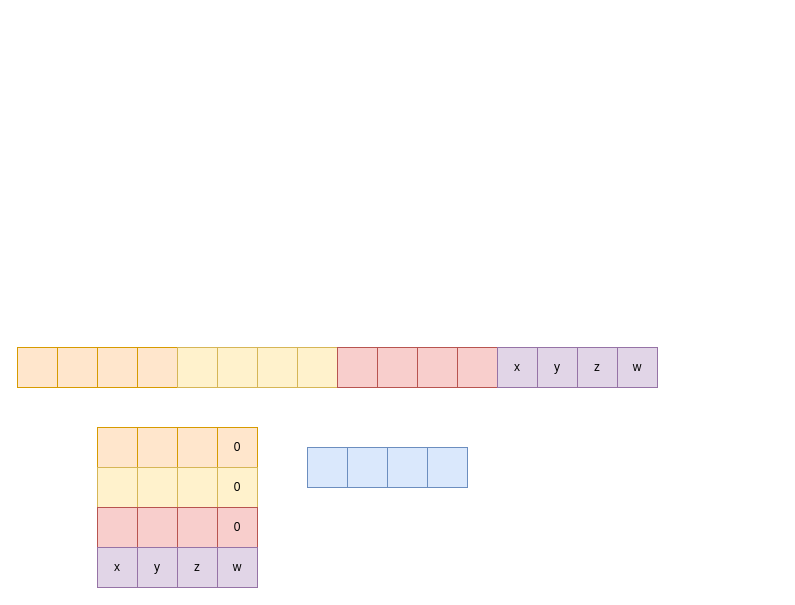
djfos/drawio-repo keeps this draw.io diagram as transform_matrix.drawio. Above is the earlier version. Source tidied: cells renumbered, new cells numbered last; positions are measured from the earlier drawing's top-left corner, leaving out a move shared by most shapes. Both pictures are drawn from the tidied source at 100%, with x=0, y=0 at pixel (17, 347).
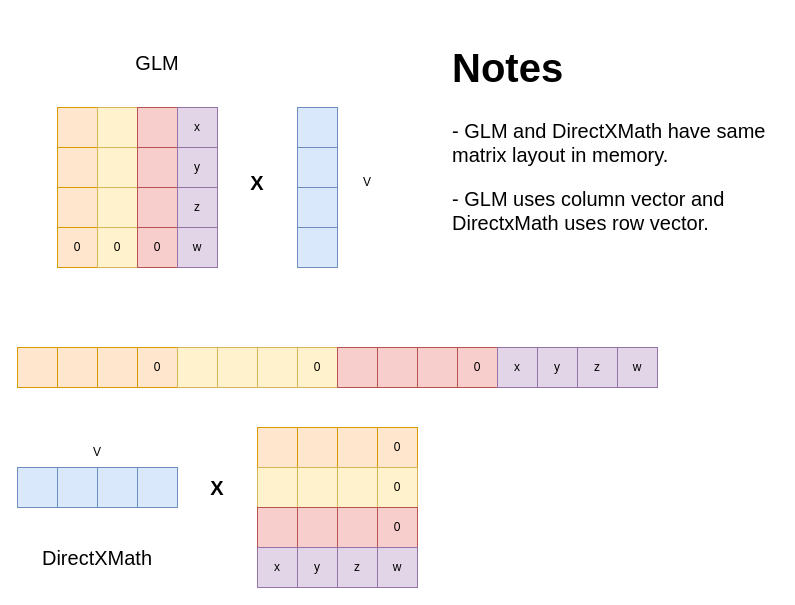
Above is the later version.

What changed in the source:
```diff
@@
-    <mxCell id="5" style="whiteSpace=wrap;html=1;fillColor=#ffe6cc;strokeColor=#d79b00;" parent="1" vertex="1">
+    <mxCell id="5" value="0" style="whiteSpace=wrap;html=1;fillColor=#ffe6cc;strokeColor=#d79b00;" parent="1" vertex="1">
       <mxGeometry x="120" width="40" height="40" as="geometry" />
     </mxCell>
@@
-    <mxCell id="9" style="whiteSpace=wrap;html=1;fillColor=#fff2cc;strokeColor=#d6b656;" parent="1" vertex="1">
+    <mxCell id="9" value="0" style="whiteSpace=wrap;html=1;fillColor=#fff2cc;strokeColor=#d6b656;" parent="1" vertex="1">
       <mxGeometry x="280" width="40" height="40" as="geometry" />
     </mxCell>
@@
-    <mxCell id="13" style="whiteSpace=wrap;html=1;fillColor=#f8cecc;strokeColor=#b85450;" parent="1" vertex="1">
+    <mxCell id="13" value="0" style="whiteSpace=wrap;html=1;fillColor=#f8cecc;strokeColor=#b85450;" parent="1" vertex="1">
       <mxGeometry x="440" width="40" height="40" as="geometry" />
     </mxCell>
@@
+    <mxCell id="38" style="group;" parent="1" vertex="1">
+      <mxGeometry y="120" width="160" height="40" as="geometry" />
+    </mxCell>
+    <mxCell id="34" style="whiteSpace=wrap;html=1;fillColor=#dae8fc;strokeColor=#6c8ebf;" parent="38" vertex="1">
+      <mxGeometry width="40" height="40" as="geometry" />
+    </mxCell>
+    <mxCell id="35" style="whiteSpace=wrap;html=1;fillColor=#dae8fc;strokeColor=#6c8ebf;" parent="38" vertex="1">
+      <mxGeometry x="40" width="40" height="40" as="geometry" />
+    </mxCell>
+    <mxCell id="36" style="whiteSpace=wrap;html=1;fillColor=#dae8fc;strokeColor=#6c8ebf;" parent="38" vertex="1">
+      <mxGeometry x="80" width="40" height="40" as="geometry" />
+    </mxCell>
+    <mxCell id="37" style="whiteSpace=wrap;html=1;fillColor=#dae8fc;strokeColor=#6c8ebf;" parent="38" vertex="1">
+      <mxGeometry x="120" width="40" height="40" as="geometry" />
+    </mxCell>
+    <mxCell id="39" style="group;" parent="1" vertex="1">
+      <mxGeometry x="240" y="80" width="160" height="160" as="geometry" />
+    </mxCell>
-    <mxCell id="18" style="whiteSpace=wrap;html=1;fillColor=#ffe6cc;strokeColor=#d79b00;" parent="1" vertex="1">
-      <mxGeometry x="80" y="80" width="40" height="40" as="geometry" />
+    <mxCell id="18" style="whiteSpace=wrap;html=1;fillColor=#ffe6cc;strokeColor=#d79b00;" parent="39" vertex="1">
+      <mxGeometry width="40" height="40" as="geometry" />
     </mxCell>
-    <mxCell id="19" style="whiteSpace=wrap;html=1;fillColor=#ffe6cc;strokeColor=#d79b00;" parent="1" vertex="1">
-      <mxGeometry x="120" y="80" width="40" height="40" as="geometry" />
+    <mxCell id="19" style="whiteSpace=wrap;html=1;fillColor=#ffe6cc;strokeColor=#d79b00;" parent="39" vertex="1">
+      <mxGeometry x="40" width="40" height="40" as="geometry" />
     </mxCell>
-    <mxCell id="20" style="whiteSpace=wrap;html=1;fillColor=#ffe6cc;strokeColor=#d79b00;" parent="1" vertex="1">
-      <mxGeometry x="160" y="80" width="40" height="40" as="geometry" />
+    <mxCell id="20" style="whiteSpace=wrap;html=1;fillColor=#ffe6cc;strokeColor=#d79b00;" parent="39" vertex="1">
+      <mxGeometry x="80" width="40" height="40" as="geometry" />
     </mxCell>
-    <mxCell id="21" value="0" style="whiteSpace=wrap;html=1;fillColor=#ffe6cc;strokeColor=#d79b00;" parent="1" vertex="1">
-      <mxGeometry x="200" y="80" width="40" height="40" as="geometry" />
+    <mxCell id="21" value="0" style="whiteSpace=wrap;html=1;fillColor=#ffe6cc;strokeColor=#d79b00;" parent="39" vertex="1">
+      <mxGeometry x="120" width="40" height="40" as="geometry" />
     </mxCell>
-    <mxCell id="22" style="whiteSpace=wrap;html=1;fillColor=#fff2cc;strokeColor=#d6b656;" parent="1" vertex="1">
-      <mxGeometry x="80" y="120" width="40" height="40" as="geometry" />
+    <mxCell id="22" style="whiteSpace=wrap;html=1;fillColor=#fff2cc;strokeColor=#d6b656;" parent="39" vertex="1">
+      <mxGeometry y="40" width="40" height="40" as="geometry" />
     </mxCell>
-    <mxCell id="23" style="whiteSpace=wrap;html=1;fillColor=#fff2cc;strokeColor=#d6b656;" parent="1" vertex="1">
-      <mxGeometry x="120" y="120" width="40" height="40" as="geometry" />
+    <mxCell id="23" style="whiteSpace=wrap;html=1;fillColor=#fff2cc;strokeColor=#d6b656;" parent="39" vertex="1">
+      <mxGeometry x="40" y="40" width="40" height="40" as="geometry" />
     </mxCell>
-    <mxCell id="24" style="whiteSpace=wrap;html=1;fillColor=#fff2cc;strokeColor=#d6b656;" parent="1" vertex="1">
-      <mxGeometry x="160" y="120" width="40" height="40" as="geometry" />
+    <mxCell id="24" style="whiteSpace=wrap;html=1;fillColor=#fff2cc;strokeColor=#d6b656;" parent="39" vertex="1">
+      <mxGeometry x="80" y="40" width="40" height="40" as="geometry" />
     </mxCell>
-    <mxCell id="25" value="0" style="whiteSpace=wrap;html=1;fillColor=#fff2cc;strokeColor=#d6b656;" parent="1" vertex="1">
-      <mxGeometry x="200" y="120" width="40" height="40" as="geometry" />
+    <mxCell id="25" value="0" style="whiteSpace=wrap;html=1;fillColor=#fff2cc;strokeColor=#d6b656;" parent="39" vertex="1">
+      <mxGeometry x="120" y="40" width="40" height="40" as="geometry" />
     </mxCell>
-    <mxCell id="26" style="whiteSpace=wrap;html=1;fillColor=#f8cecc;strokeColor=#b85450;" parent="1" vertex="1">
-      <mxGeometry x="80" y="160" width="40" height="40" as="geometry" />
+    <mxCell id="26" style="whiteSpace=wrap;html=1;fillColor=#f8cecc;strokeColor=#b85450;" parent="39" vertex="1">
+      <mxGeometry y="80" width="40" height="40" as="geometry" />
     </mxCell>
-    <mxCell id="27" style="whiteSpace=wrap;html=1;fillColor=#f8cecc;strokeColor=#b85450;" parent="1" vertex="1">
-      <mxGeometry x="120" y="160" width="40" height="40" as="geometry" />
+    <mxCell id="27" style="whiteSpace=wrap;html=1;fillColor=#f8cecc;strokeColor=#b85450;" parent="39" vertex="1">
+      <mxGeometry x="40" y="80" width="40" height="40" as="geometry" />
     </mxCell>
-    <mxCell id="28" style="whiteSpace=wrap;html=1;fillColor=#f8cecc;strokeColor=#b85450;" parent="1" vertex="1">
-      <mxGeometry x="160" y="160" width="40" height="40" as="geometry" />
+    <mxCell id="28" style="whiteSpace=wrap;html=1;fillColor=#f8cecc;strokeColor=#b85450;" parent="39" vertex="1">
+      <mxGeometry x="80" y="80" width="40" height="40" as="geometry" />
     </mxCell>
-    <mxCell id="29" value="0" style="whiteSpace=wrap;html=1;fillColor=#f8cecc;strokeColor=#b85450;" parent="1" vertex="1">
-      <mxGeometry x="200" y="160" width="40" height="40" as="geometry" />
+    <mxCell id="29" value="0" style="whiteSpace=wrap;html=1;fillColor=#f8cecc;strokeColor=#b85450;" parent="39" vertex="1">
+      <mxGeometry x="120" y="80" width="40" height="40" as="geometry" />
     </mxCell>
-    <mxCell id="30" value="x" style="whiteSpace=wrap;html=1;fillColor=#e1d5e7;strokeColor=#9673a6;" parent="1" vertex="1">
-      <mxGeometry x="80" y="200" width="40" height="40" as="geometry" />
+    <mxCell id="30" value="x" style="whiteSpace=wrap;html=1;fillColor=#e1d5e7;strokeColor=#9673a6;" parent="39" vertex="1">
+      <mxGeometry y="120" width="40" height="40" as="geometry" />
     </mxCell>
-    <mxCell id="31" value="y" style="whiteSpace=wrap;html=1;fillColor=#e1d5e7;strokeColor=#9673a6;" parent="1" vertex="1">
-      <mxGeometry x="120" y="200" width="40" height="40" as="geometry" />
+    <mxCell id="31" value="y" style="whiteSpace=wrap;html=1;fillColor=#e1d5e7;strokeColor=#9673a6;" parent="39" vertex="1">
+      <mxGeometry x="40" y="120" width="40" height="40" as="geometry" />
     </mxCell>
-    <mxCell id="32" value="z" style="whiteSpace=wrap;html=1;fillColor=#e1d5e7;strokeColor=#9673a6;" parent="1" vertex="1">
-      <mxGeometry x="160" y="200" width="40" height="40" as="geometry" />
+    <mxCell id="32" value="z" style="whiteSpace=wrap;html=1;fillColor=#e1d5e7;strokeColor=#9673a6;" parent="39" vertex="1">
+      <mxGeometry x="80" y="120" width="40" height="40" as="geometry" />
     </mxCell>
-    <mxCell id="33" value="w" style="whiteSpace=wrap;html=1;fillColor=#e1d5e7;strokeColor=#9673a6;" parent="1" vertex="1">
-      <mxGeometry x="200" y="200" width="40" height="40" as="geometry" />
+    <mxCell id="33" value="w" style="whiteSpace=wrap;html=1;fillColor=#e1d5e7;strokeColor=#9673a6;" parent="39" vertex="1">
+      <mxGeometry x="120" y="120" width="40" height="40" as="geometry" />
     </mxCell>
-    <mxCell id="34" style="whiteSpace=wrap;html=1;fillColor=#dae8fc;strokeColor=#6c8ebf;" parent="1" vertex="1">
-      <mxGeometry x="290" y="100" width="40" height="40" as="geometry" />
-    </mxCell>
-    <mxCell id="35" style="whiteSpace=wrap;html=1;fillColor=#dae8fc;strokeColor=#6c8ebf;" parent="1" vertex="1">
-      <mxGeometry x="330" y="100" width="40" height="40" as="geometry" />
-    </mxCell>
-    <mxCell id="36" style="whiteSpace=wrap;html=1;fillColor=#dae8fc;strokeColor=#6c8ebf;" parent="1" vertex="1">
-      <mxGeometry x="370" y="100" width="40" height="40" as="geometry" />
-    </mxCell>
-    <mxCell id="37" style="whiteSpace=wrap;html=1;fillColor=#dae8fc;strokeColor=#6c8ebf;" parent="1" vertex="1">
-      <mxGeometry x="410" y="100" width="40" height="40" as="geometry" />
-    </mxCell>
+    <mxCell id="40" value="V" style="text;html=1;strokeColor=none;fillColor=none;align=center;verticalAlign=middle;whiteSpace=wrap;rounded=0;" parent="1" vertex="1">
+      <mxGeometry x="50" y="90" width="60" height="30" as="geometry" />
+    </mxCell>
+    <mxCell id="41" value="X" style="text;html=1;strokeColor=none;fillColor=none;align=center;verticalAlign=middle;whiteSpace=wrap;rounded=0;fontStyle=1;fontSize=20;" parent="1" vertex="1">
+      <mxGeometry x="170" y="125" width="60" height="30" as="geometry" />
+    </mxCell>
+    <mxCell id="42" value="DirectXMath" style="text;html=1;strokeColor=none;fillColor=none;align=center;verticalAlign=middle;whiteSpace=wrap;rounded=0;fontSize=20;" parent="1" vertex="1">
+      <mxGeometry x="15" y="195" width="130" height="30" as="geometry" />
+    </mxCell>
+    <mxCell id="43" style="whiteSpace=wrap;html=1;fillColor=#ffe6cc;strokeColor=#d79b00;" parent="1" vertex="1">
+      <mxGeometry x="40" y="-240" width="40" height="40" as="geometry" />
+    </mxCell>
+    <mxCell id="44" style="whiteSpace=wrap;html=1;fillColor=#fff2cc;strokeColor=#d6b656;" parent="1" vertex="1">
+      <mxGeometry x="80" y="-240" width="40" height="40" as="geometry" />
+    </mxCell>
+    <mxCell id="45" style="whiteSpace=wrap;html=1;fillColor=#f8cecc;strokeColor=#b85450;" parent="1" vertex="1">
+      <mxGeometry x="120" y="-240" width="40" height="40" as="geometry" />
+    </mxCell>
+    <mxCell id="46" value="x" style="whiteSpace=wrap;html=1;fillColor=#e1d5e7;strokeColor=#9673a6;" parent="1" vertex="1">
+      <mxGeometry x="160" y="-240" width="40" height="40" as="geometry" />
+    </mxCell>
+    <mxCell id="47" style="whiteSpace=wrap;html=1;fillColor=#ffe6cc;strokeColor=#d79b00;" parent="1" vertex="1">
+      <mxGeometry x="40" y="-200" width="40" height="40" as="geometry" />
+    </mxCell>
+    <mxCell id="48" style="whiteSpace=wrap;html=1;fillColor=#fff2cc;strokeColor=#d6b656;" parent="1" vertex="1">
+      <mxGeometry x="80" y="-200" width="40" height="40" as="geometry" />
+    </mxCell>
+    <mxCell id="49" style="whiteSpace=wrap;html=1;fillColor=#f8cecc;strokeColor=#b85450;" parent="1" vertex="1">
+      <mxGeometry x="120" y="-200" width="40" height="40" as="geometry" />
+    </mxCell>
+    <mxCell id="50" value="y" style="whiteSpace=wrap;html=1;fillColor=#e1d5e7;strokeColor=#9673a6;" parent="1" vertex="1">
+      <mxGeometry x="160" y="-200" width="40" height="40" as="geometry" />
+    </mxCell>
+    <mxCell id="51" style="whiteSpace=wrap;html=1;fillColor=#ffe6cc;strokeColor=#d79b00;" parent="1" vertex="1">
+      <mxGeometry x="40" y="-160" width="40" height="40" as="geometry" />
+    </mxCell>
+    <mxCell id="52" style="whiteSpace=wrap;html=1;fillColor=#fff2cc;strokeColor=#d6b656;" parent="1" vertex="1">
+      <mxGeometry x="80" y="-160" width="40" height="40" as="geometry" />
+    </mxCell>
+    <mxCell id="53" style="whiteSpace=wrap;html=1;fillColor=#f8cecc;strokeColor=#b85450;" parent="1" vertex="1">
+      <mxGeometry x="120" y="-160" width="40" height="40" as="geometry" />
+    </mxCell>
+    <mxCell id="54" value="z" style="whiteSpace=wrap;html=1;fillColor=#e1d5e7;strokeColor=#9673a6;" parent="1" vertex="1">
+      <mxGeometry x="160" y="-160" width="40" height="40" as="geometry" />
+    </mxCell>
+    <mxCell id="55" value="0" style="whiteSpace=wrap;html=1;fillColor=#ffe6cc;strokeColor=#d79b00;" parent="1" vertex="1">
+      <mxGeometry x="40" y="-120" width="40" height="40" as="geometry" />
+    </mxCell>
+    <mxCell id="56" value="0" style="whiteSpace=wrap;html=1;fillColor=#fff2cc;strokeColor=#d6b656;" parent="1" vertex="1">
+      <mxGeometry x="80" y="-120" width="40" height="40" as="geometry" />
+    </mxCell>
+    <mxCell id="57" value="0" style="whiteSpace=wrap;html=1;fillColor=#f8cecc;strokeColor=#b85450;" parent="1" vertex="1">
+      <mxGeometry x="120" y="-120" width="40" height="40" as="geometry" />
+    </mxCell>
+    <mxCell id="58" value="w" style="whiteSpace=wrap;html=1;fillColor=#e1d5e7;strokeColor=#9673a6;" parent="1" vertex="1">
+      <mxGeometry x="160" y="-120" width="40" height="40" as="geometry" />
+    </mxCell>
+    <mxCell id="59" style="whiteSpace=wrap;html=1;fillColor=#dae8fc;strokeColor=#6c8ebf;" parent="1" vertex="1">
+      <mxGeometry x="280" y="-240" width="40" height="40" as="geometry" />
+    </mxCell>
+    <mxCell id="60" style="whiteSpace=wrap;html=1;fillColor=#dae8fc;strokeColor=#6c8ebf;" parent="1" vertex="1">
+      <mxGeometry x="280" y="-200" width="40" height="40" as="geometry" />
+    </mxCell>
+    <mxCell id="61" style="whiteSpace=wrap;html=1;fillColor=#dae8fc;strokeColor=#6c8ebf;" parent="1" vertex="1">
+      <mxGeometry x="280" y="-160" width="40" height="40" as="geometry" />
+    </mxCell>
+    <mxCell id="62" style="whiteSpace=wrap;html=1;fillColor=#dae8fc;strokeColor=#6c8ebf;" parent="1" vertex="1">
+      <mxGeometry x="280" y="-120" width="40" height="40" as="geometry" />
+    </mxCell>
+    <mxCell id="63" value="X" style="text;html=1;strokeColor=none;fillColor=none;align=center;verticalAlign=middle;whiteSpace=wrap;rounded=0;fontStyle=1;fontSize=20;" parent="1" vertex="1">
+      <mxGeometry x="210" y="-180" width="60" height="30" as="geometry" />
+    </mxCell>
+    <mxCell id="64" value="GLM" style="text;html=1;strokeColor=none;fillColor=none;align=center;verticalAlign=middle;whiteSpace=wrap;rounded=0;fontSize=20;" parent="1" vertex="1">
+      <mxGeometry x="95" y="-300" width="90" height="30" as="geometry" />
+    </mxCell>
+    <mxCell id="65" value="V" style="text;html=1;strokeColor=none;fillColor=none;align=center;verticalAlign=middle;whiteSpace=wrap;rounded=0;" parent="1" vertex="1">
+      <mxGeometry x="320" y="-180" width="60" height="30" as="geometry" />
+    </mxCell>
+    <mxCell id="66" value="&lt;h1&gt;Notes&lt;/h1&gt;&lt;p&gt;- GLM and DirectXMath have same matrix layout in memory.&lt;/p&gt;&lt;p&gt;- GLM uses column vector and DirectxMath uses row vector.&lt;/p&gt;" style="text;html=1;strokeColor=none;fillColor=none;spacing=5;spacingTop=-20;whiteSpace=wrap;overflow=hidden;rounded=0;fontSize=20;" parent="1" vertex="1">
+      <mxGeometry x="430" y="-320" width="330" height="250" as="geometry" />
+    </mxCell>
```
